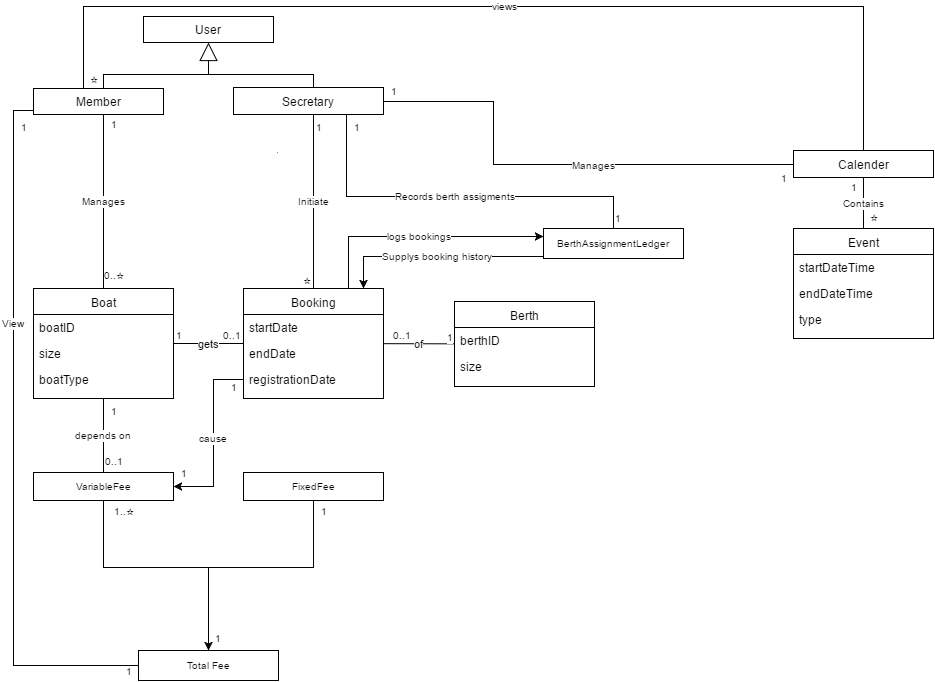
This is workshop1/workshop1Grade2BeforePeerReview.png from Fredriko83/1dv607, a draw.io export, as it was before one commit. Source tidied: cells renumbered, new cells last; positions are measured from the earlier drawing's top-left corner, leaving out a move shared by most shapes.
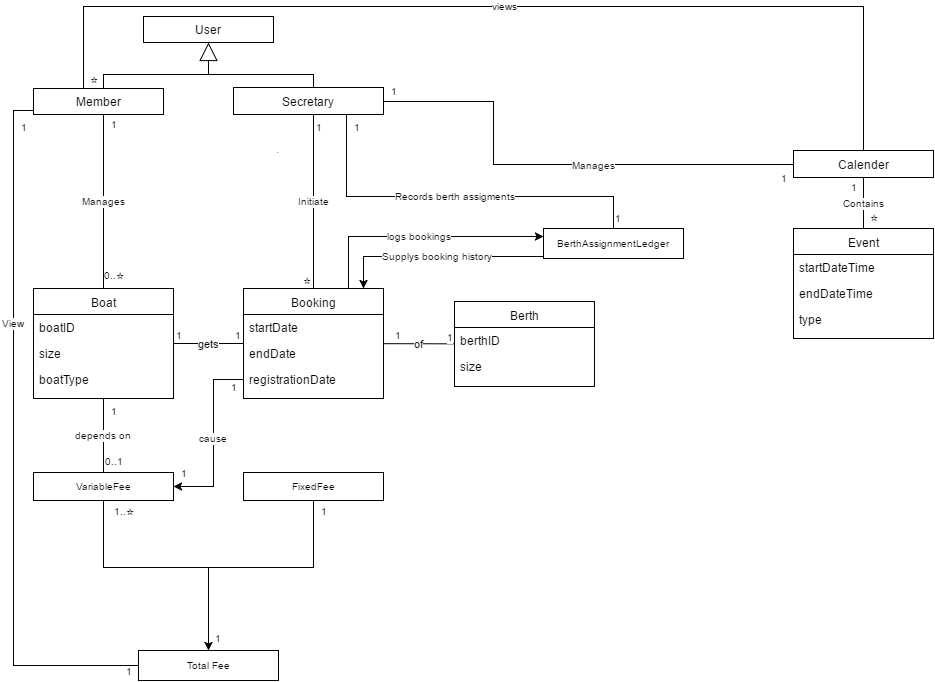
Later version of the same file.

The edit, as a diff of the source:
```diff
@@ -137,7 +137,7 @@
     <mxCell id="33" value="1" style="html=1;align=left;verticalAlign=bottom;labelBackgroundColor=#ffffff;fontSize=10;" parent="32" vertex="1">
       <mxGeometry x="-1" relative="1" as="geometry" />
     </mxCell>
-    <mxCell id="34" value="0..1" style="html=1;align=right;verticalAlign=bottom;labelBackgroundColor=#ffffff;fontSize=10;" parent="32" vertex="1">
+    <mxCell id="34" value="1" style="html=1;align=right;verticalAlign=bottom;labelBackgroundColor=#ffffff;fontSize=10;" parent="32" vertex="1">
       <mxGeometry x="1" relative="1" as="geometry" />
     </mxCell>
     <mxCell id="35" style="edgeStyle=orthogonalEdgeStyle;rounded=0;comic=0;html=1;exitX=0.5;exitY=1;startFill=0;endArrow=none;endFill=0;endSize=20;jettySize=auto;orthogonalLoop=1;fontSize=10;" parent="1" edge="1" source="28" target="28">
@@ -184,9 +184,9 @@
         <mxPoint x="-10" y="2" as="offset" />
       </mxGeometry>
     </mxCell>
-    <mxCell id="46" value="0..1" style="html=1;align=right;verticalAlign=bottom;labelBackgroundColor=#ffffff;fontSize=10;" parent="44" vertex="1">
+    <mxCell id="46" value="1" style="html=1;align=right;verticalAlign=bottom;labelBackgroundColor=#ffffff;fontSize=10;" parent="44" vertex="1">
       <mxGeometry x="1" relative="1" as="geometry">
-        <mxPoint x="30" as="offset" />
+        <mxPoint x="20" as="offset" />
       </mxGeometry>
     </mxCell>
     <mxCell id="47" value="Initiate" style="endArrow=none;html=1;edgeStyle=orthogonalEdgeStyle;strokeColor=#050202;fontSize=10;" parent="1" edge="1" source="13" target="40">
```
